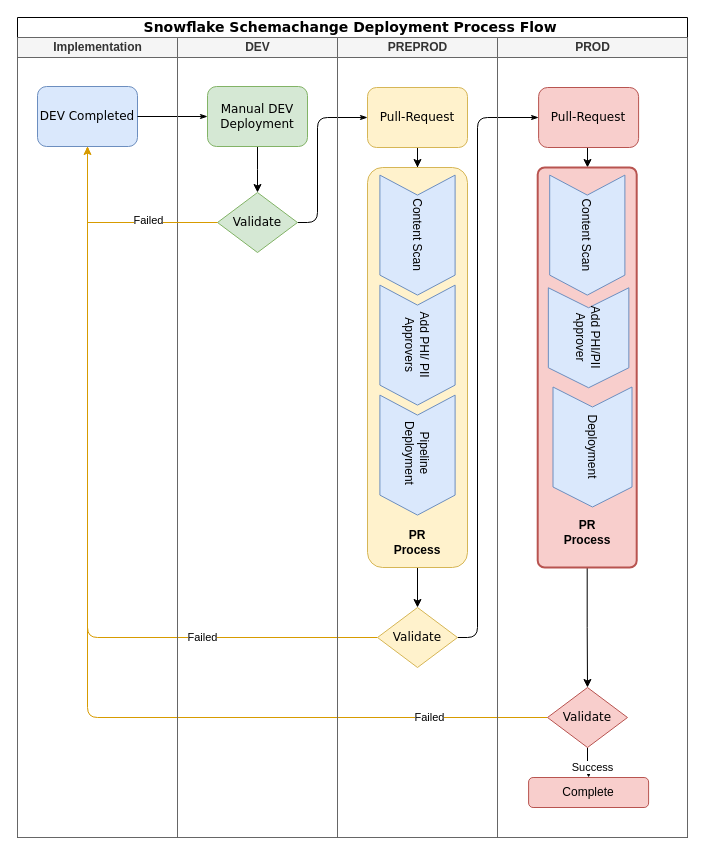
Above: SchemachangeExtractLowLevelDiagram.drawio in jijeeshme/diagrams (draw.io), before the change. Source tidied: cells renumbered, new cells numbered last; positions are measured from the earlier drawing's top-left corner, leaving out a move shared by most shapes. Both pictures are drawn from the tidied source at 100%, with x=0, y=0 at pixel (17, 17).
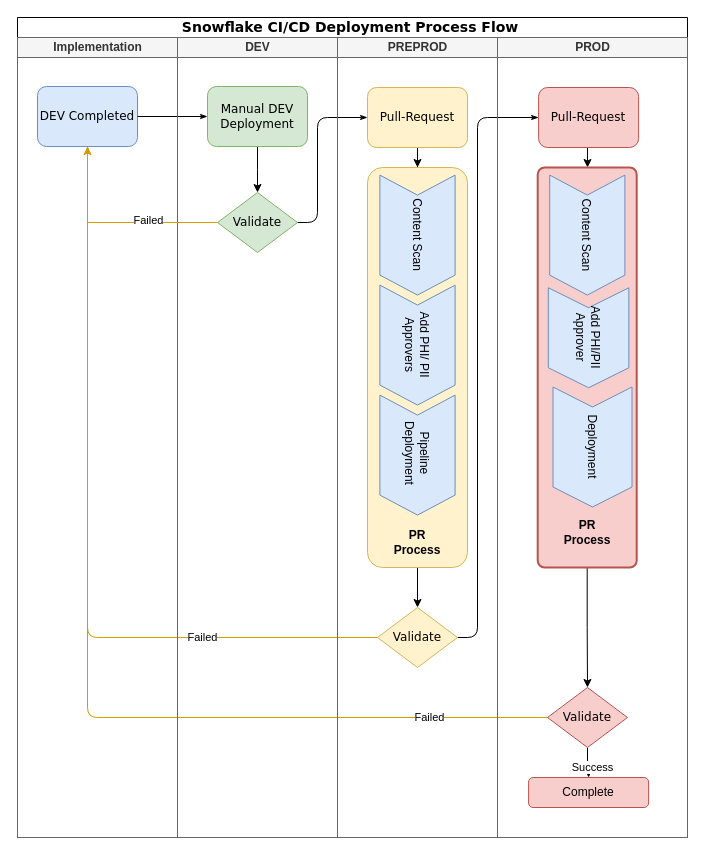
After the change.

Diff of the diagram source:
```diff
@@
-    <mxCell id="2" value="&lt;font style=&quot;font-size: 14px;&quot;&gt;Snowflake Schemachange Deployment Process Flow&amp;nbsp;&lt;/font&gt;" style="swimlane;html=1;startSize=20;rounded=0;shadow=0;labelBackgroundColor=none;strokeWidth=1;fontFamily=Verdana;fontSize=8;align=center;" parent="1" vertex="1">
+    <mxCell id="2" value="&lt;font style=&quot;font-size: 14px;&quot;&gt;Snowflake CI/CD Deployment Process Flow&amp;nbsp;&lt;/font&gt;" style="swimlane;html=1;startSize=20;rounded=0;shadow=0;labelBackgroundColor=none;strokeWidth=1;fontFamily=Verdana;fontSize=8;align=center;" parent="1" vertex="1">
       <mxGeometry width="670" height="820" as="geometry" />
     </mxCell>
```
